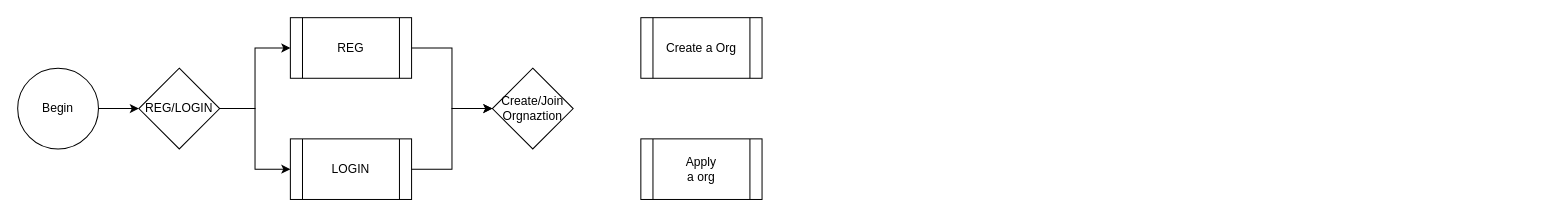
Before: LCP.FLOW.drawio in Mellonlee/DRAWIO_PUB, a draw.io diagram. Source tidied: cells renumbered, new cells numbered last; positions are measured from the earlier drawing's top-left corner, leaving out a move shared by most shapes. Both pictures are drawn from the tidied source at 101%, with x=0, y=0 at pixel (17, 17).
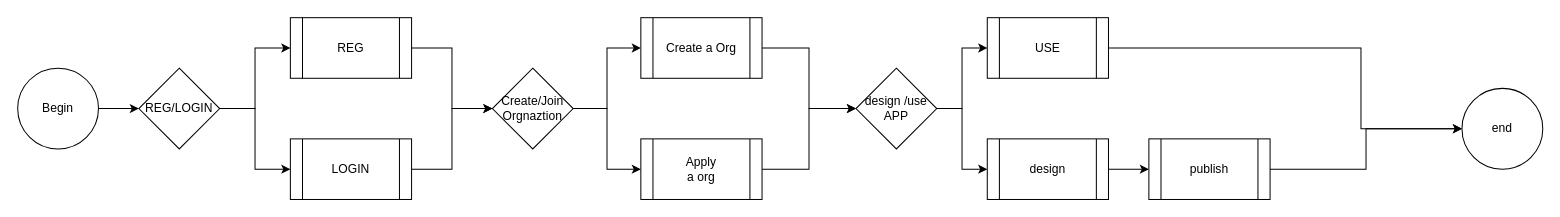
The same page after the edit.

Unchanged cells that the change refers to:
```xml
<mxCell id="11" value="Create/Join&lt;br&gt;Orgnaztion" style="rhombus;whiteSpace=wrap;html=1;" parent="1" vertex="1">
  <mxGeometry x="470" y="50" width="80" height="80" as="geometry" />
</mxCell>
<mxCell id="12" value="Create a Org" style="shape=process;whiteSpace=wrap;html=1;backgroundOutline=1;" parent="1" vertex="1">
  <mxGeometry x="617" width="120" height="60" as="geometry" />
</mxCell>
<mxCell id="13" value="Apply&lt;br&gt;a org" style="shape=process;whiteSpace=wrap;html=1;backgroundOutline=1;" parent="1" vertex="1">
  <mxGeometry x="617" y="120" width="120" height="60" as="geometry" />
</mxCell>
```

Diff of the diagram source:
```diff
@@
+    <mxCell id="14" style="edgeStyle=orthogonalEdgeStyle;rounded=0;jettySize=auto;html=1;exitX=1;exitY=0.5;exitDx=0;exitDy=0;entryX=0;entryY=0.5;entryDx=0;entryDy=0;" parent="1" edge="1" source="11" target="12">
+      <mxGeometry relative="1" as="geometry" />
+    </mxCell>
+    <mxCell id="15" style="edgeStyle=orthogonalEdgeStyle;rounded=0;jettySize=auto;html=1;exitX=1;exitY=0.5;exitDx=0;exitDy=0;entryX=0;entryY=0.5;entryDx=0;entryDy=0;" parent="1" edge="1" source="11" target="13">
+      <mxGeometry relative="1" as="geometry" />
+    </mxCell>
@@
+    <mxCell id="16" style="edgeStyle=orthogonalEdgeStyle;rounded=0;jettySize=auto;html=1;exitX=1;exitY=0.5;exitDx=0;exitDy=0;entryX=0;entryY=0.5;entryDx=0;entryDy=0;" parent="1" edge="1" source="12" target="20">
+      <mxGeometry relative="1" as="geometry" />
+    </mxCell>
@@
+    <mxCell id="17" style="edgeStyle=orthogonalEdgeStyle;rounded=0;jettySize=auto;html=1;exitX=1;exitY=0.5;exitDx=0;exitDy=0;entryX=0;entryY=0.5;entryDx=0;entryDy=0;" parent="1" edge="1" source="13" target="20">
+      <mxGeometry relative="1" as="geometry" />
+    </mxCell>
@@
+    <mxCell id="18" style="edgeStyle=orthogonalEdgeStyle;rounded=0;jettySize=auto;html=1;exitX=1;exitY=0.5;exitDx=0;exitDy=0;entryX=0;entryY=0.5;entryDx=0;entryDy=0;" parent="1" edge="1" source="20" target="22">
+      <mxGeometry relative="1" as="geometry" />
+    </mxCell>
+    <mxCell id="19" style="edgeStyle=orthogonalEdgeStyle;rounded=0;jettySize=auto;html=1;exitX=1;exitY=0.5;exitDx=0;exitDy=0;" parent="1" edge="1" source="20" target="24">
+      <mxGeometry relative="1" as="geometry" />
+    </mxCell>
+    <mxCell id="20" value="design /use&lt;br&gt;APP" style="rhombus;whiteSpace=wrap;html=1;" parent="1" vertex="1">
+      <mxGeometry x="830" y="50" width="80" height="80" as="geometry" />
+    </mxCell>
+    <mxCell id="21" style="edgeStyle=orthogonalEdgeStyle;rounded=0;jettySize=auto;html=1;exitX=1;exitY=0.5;exitDx=0;exitDy=0;entryX=0;entryY=0.5;entryDx=0;entryDy=0;" parent="1" edge="1" source="22" target="27">
+      <mxGeometry relative="1" as="geometry">
+        <Array as="points">
+          <mxPoint x="1330" y="30" />
+          <mxPoint x="1330" y="110" />
+        </Array>
+      </mxGeometry>
+    </mxCell>
+    <mxCell id="22" value="USE" style="shape=process;whiteSpace=wrap;html=1;backgroundOutline=1;" parent="1" vertex="1">
+      <mxGeometry x="960" width="120" height="60" as="geometry" />
+    </mxCell>
+    <mxCell id="23" style="edgeStyle=orthogonalEdgeStyle;rounded=0;jettySize=auto;html=1;exitX=1;exitY=0.5;exitDx=0;exitDy=0;entryX=0;entryY=0.5;entryDx=0;entryDy=0;" parent="1" edge="1" source="24" target="26">
+      <mxGeometry relative="1" as="geometry" />
+    </mxCell>
+    <mxCell id="24" value="design" style="shape=process;whiteSpace=wrap;html=1;backgroundOutline=1;" parent="1" vertex="1">
+      <mxGeometry x="960" y="120" width="120" height="60" as="geometry" />
+    </mxCell>
+    <mxCell id="25" style="edgeStyle=orthogonalEdgeStyle;rounded=0;jettySize=auto;html=1;exitX=1;exitY=0.5;exitDx=0;exitDy=0;entryX=0;entryY=0.5;entryDx=0;entryDy=0;" parent="1" edge="1" source="26" target="27">
+      <mxGeometry relative="1" as="geometry" />
+    </mxCell>
+    <mxCell id="26" value="publish" style="shape=process;whiteSpace=wrap;html=1;backgroundOutline=1;" parent="1" vertex="1">
+      <mxGeometry x="1120" y="120" width="120" height="60" as="geometry" />
+    </mxCell>
+    <mxCell id="27" value="end" style="ellipse;whiteSpace=wrap;html=1;" parent="1" vertex="1">
+      <mxGeometry x="1430" y="70" width="80" height="80" as="geometry" />
+    </mxCell>
```
